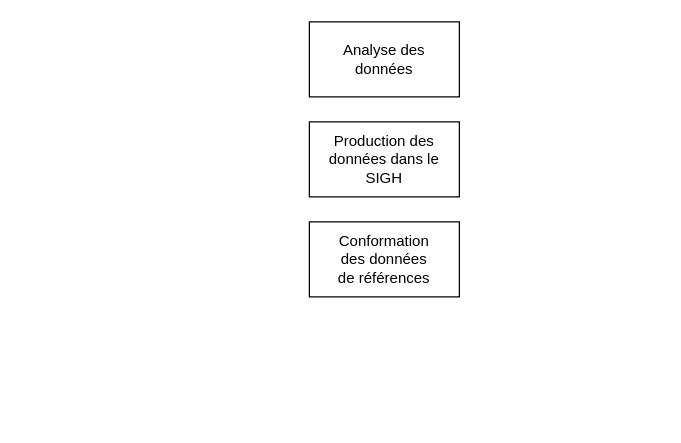
This is CdG.drawio from eriam/Diagrammes, a draw.io file, before an edit. Source tidied: cells renumbered, new cells numbered last; positions are measured from the earlier drawing's top-left corner, leaving out a move shared by most shapes. Both pictures are drawn from the tidied source at 125%, with x=0, y=0 at pixel (309, 21).
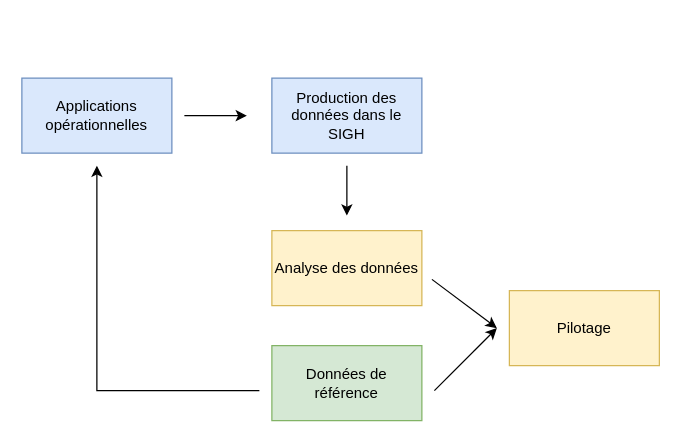
Above is the later version.

Commit message (it also covers changes not shown here):
Mettre à jour CdG.drawio

Diff of the diagram source:
```diff
@@
 <mxGraphModel>
   <root>
     <mxCell id="0" />
     <mxCell id="1" parent="0" />
-    <mxCell id="2" style="rounded=0;whiteSpace=wrap;html=1;" parent="1" vertex="1">
-      <mxGeometry y="80" width="120" height="60" as="geometry" />
-    </mxCell>
-    <mxCell id="3" style="rounded=0;whiteSpace=wrap;html=1;" parent="1" vertex="1">
-      <mxGeometry y="160" width="120" height="60" as="geometry" />
-    </mxCell>
-    <mxCell id="4" style="rounded=0;whiteSpace=wrap;html=1;" parent="1" vertex="1">
-      <mxGeometry width="120" height="60" as="geometry" />
-    </mxCell>
+    <mxCell id="8" value="&lt;div&gt;Pilotage&lt;/div&gt;" style="rounded=0;whiteSpace=wrap;html=1;fillColor=#fff2cc;strokeColor=#d6b656;" parent="1" vertex="1">
+      <mxGeometry x="160" y="215" width="120" height="60" as="geometry" />
+    </mxCell>
+    <mxCell id="9" value="Applications opérationnelles" style="rounded=0;whiteSpace=wrap;html=1;fillColor=#dae8fc;strokeColor=#6c8ebf;" parent="1" vertex="1">
+      <mxGeometry x="-230" y="45" width="120" height="60" as="geometry" />
+    </mxCell>
+    <mxCell id="6" value="Production des données dans le SIGH" style="rounded=0;whiteSpace=wrap;html=1;fillColor=#dae8fc;strokeColor=#6c8ebf;" parent="1" vertex="1">
+      <mxGeometry x="-30" y="45" width="120" height="60" as="geometry" />
+    </mxCell>
-    <mxCell id="5" value="Analyse des données" style="text;html=1;strokeColor=none;fillColor=none;align=center;verticalAlign=middle;whiteSpace=wrap;rounded=0;" parent="1" vertex="1">
-      <mxGeometry x="25" y="15" width="70" height="30" as="geometry" />
+    <mxCell id="5" value="Analyse des données" style="rounded=0;whiteSpace=wrap;html=1;fillColor=#fff2cc;strokeColor=#d6b656;" parent="1" vertex="1">
+      <mxGeometry x="-30" y="167" width="120" height="60" as="geometry" />
     </mxCell>
-    <mxCell id="6" value="Production des données dans le SIGH" style="text;html=1;strokeColor=none;fillColor=none;align=center;verticalAlign=middle;whiteSpace=wrap;rounded=0;" parent="1" vertex="1">
-      <mxGeometry x="5" y="95" width="110" height="30" as="geometry" />
-    </mxCell>
-    <mxCell id="7" value="Conformation des données de références" style="text;html=1;strokeColor=none;fillColor=none;align=center;verticalAlign=middle;whiteSpace=wrap;rounded=0;" parent="1" vertex="1">
-      <mxGeometry x="20" y="175" width="80" height="30" as="geometry" />
-    </mxCell>
+    <mxCell id="10" value="Données de référence" style="rounded=0;whiteSpace=wrap;html=1;fillColor=#d5e8d4;strokeColor=#82b366;" parent="1" vertex="1">
+      <mxGeometry x="-30" y="259" width="120" height="60" as="geometry" />
+    </mxCell>
+    <mxCell id="11" style="endArrow=classic;html=1;rounded=0;exitX=1.067;exitY=0.65;exitDx=0;exitDy=0;exitPerimeter=0;" parent="1" edge="1" source="5">
+      <mxGeometry relative="1" as="geometry">
+        <mxPoint x="150" y="245" as="targetPoint" />
+      </mxGeometry>
+    </mxCell>
+    <mxCell id="12" style="endArrow=classic;html=1;rounded=0;" parent="1" edge="1">
+      <mxGeometry relative="1" as="geometry">
+        <mxPoint x="100" y="295" as="sourcePoint" />
+        <mxPoint x="150" y="245" as="targetPoint" />
+      </mxGeometry>
+    </mxCell>
+    <mxCell id="13" style="endArrow=classic;html=1;rounded=0;" parent="1" edge="1">
+      <mxGeometry relative="1" as="geometry">
+        <mxPoint x="30" y="115" as="sourcePoint" />
+        <mxPoint x="30" y="155" as="targetPoint" />
+      </mxGeometry>
+    </mxCell>
+    <mxCell id="14" style="endArrow=classic;html=1;rounded=0;" parent="1" edge="1">
+      <mxGeometry relative="1" as="geometry">
+        <mxPoint x="-100" y="75" as="sourcePoint" />
+        <mxPoint x="-50" y="75" as="targetPoint" />
+      </mxGeometry>
+    </mxCell>
+    <mxCell id="15" style="endArrow=classic;html=1;rounded=0;" parent="1" edge="1">
+      <mxGeometry relative="1" as="geometry">
+        <mxPoint x="-40" y="295" as="sourcePoint" />
+        <mxPoint x="-170" y="115" as="targetPoint" />
+        <Array as="points">
+          <mxPoint x="-170" y="295" />
+        </Array>
+      </mxGeometry>
+    </mxCell>
   </root>
 </mxGraphModel>
```
